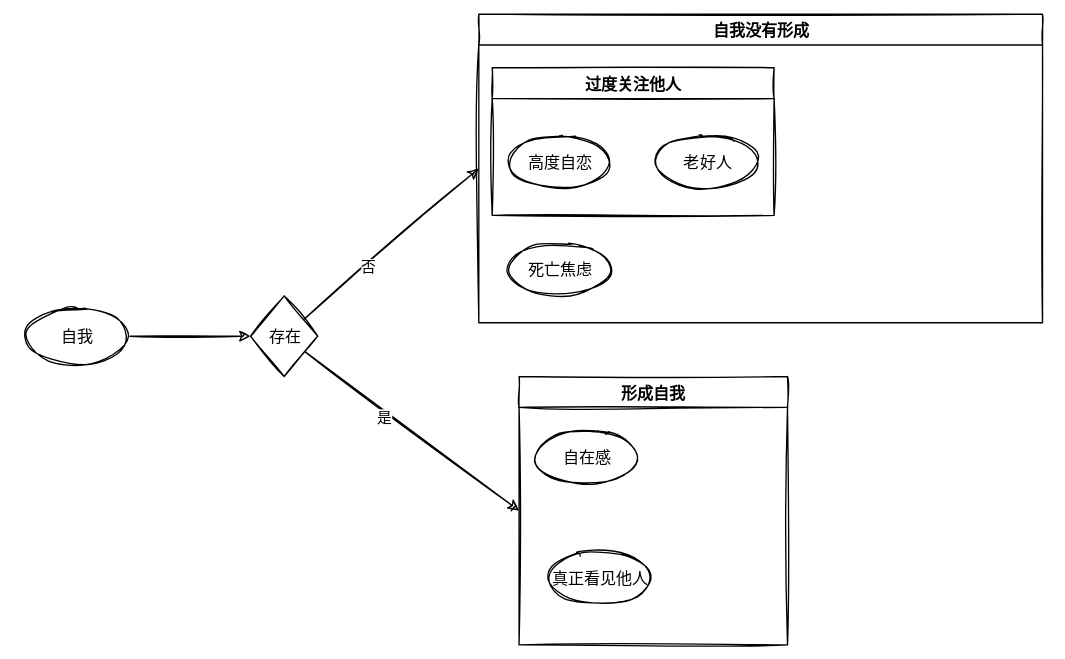
Echo-Yanglulu/obsidianPrivateNote keeps this draw.io diagram as 笔记/工具/通用概念/Untitled Diagram.svg. Above is the earlier version. Source tidied: cells renumbered, new cells last; positions are measured from the earlier drawing's top-left corner, leaving out a move shared by most shapes.
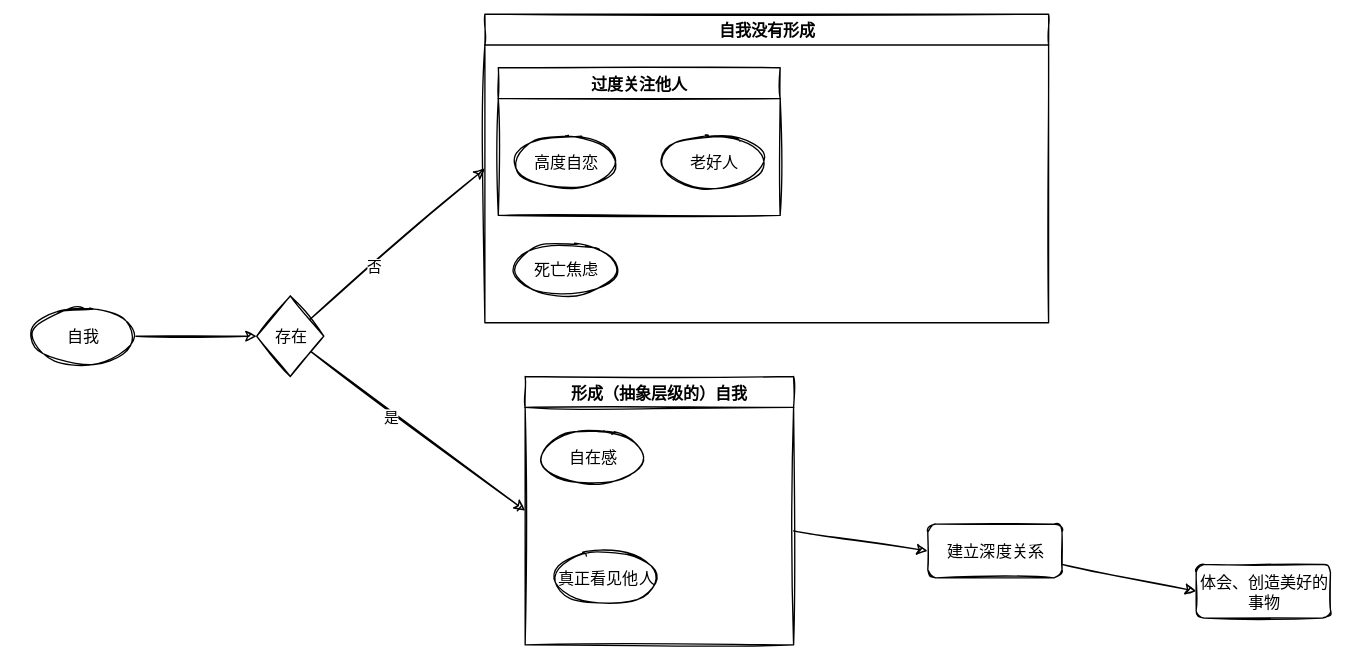
After the commit.

Diff of the diagram source:
```diff
@@ -38,7 +38,10 @@
     <mxCell id="13" value="高度自恋" style="ellipse;whiteSpace=wrap;html=1;" parent="11" vertex="1">
       <mxGeometry x="10" y="50" width="80" height="40" as="geometry" />
     </mxCell>
+    <mxCell id="17" style="edgeStyle=none;html=1;entryX=0;entryY=0.5;entryDx=0;entryDy=0;" parent="1" edge="1" source="14" target="19">
+      <mxGeometry relative="1" as="geometry" />
+    </mxCell>
-    <mxCell id="14" value="形成自我" style="swimlane;" parent="1" vertex="1">
+    <mxCell id="14" value="形成（抽象层级的）自我" style="swimlane;" parent="1" vertex="1">
       <mxGeometry x="370" y="270" width="200" height="200" as="geometry" />
     </mxCell>
     <mxCell id="15" value="真正看见他人" style="ellipse;whiteSpace=wrap;html=1;" parent="14" vertex="1">
@@ -47,5 +50,14 @@
     <mxCell id="16" value="自在感" style="ellipse;whiteSpace=wrap;html=1;" parent="14" vertex="1">
       <mxGeometry x="10" y="40" width="80" height="40" as="geometry" />
     </mxCell>
+    <mxCell id="18" style="edgeStyle=none;html=1;entryX=0;entryY=0.5;entryDx=0;entryDy=0;" parent="1" edge="1" source="19" target="20">
+      <mxGeometry relative="1" as="geometry" />
+    </mxCell>
+    <mxCell id="19" value="建立深度关系" style="rounded=1;whiteSpace=wrap;html=1;" parent="1" vertex="1">
+      <mxGeometry x="670" y="380" width="100" height="40" as="geometry" />
+    </mxCell>
+    <mxCell id="20" value="体会、创造美好的事物" style="rounded=1;whiteSpace=wrap;html=1;" parent="1" vertex="1">
+      <mxGeometry x="870" y="410" width="100" height="40" as="geometry" />
+    </mxCell>
   </root>
 </mxGraphModel>
```
